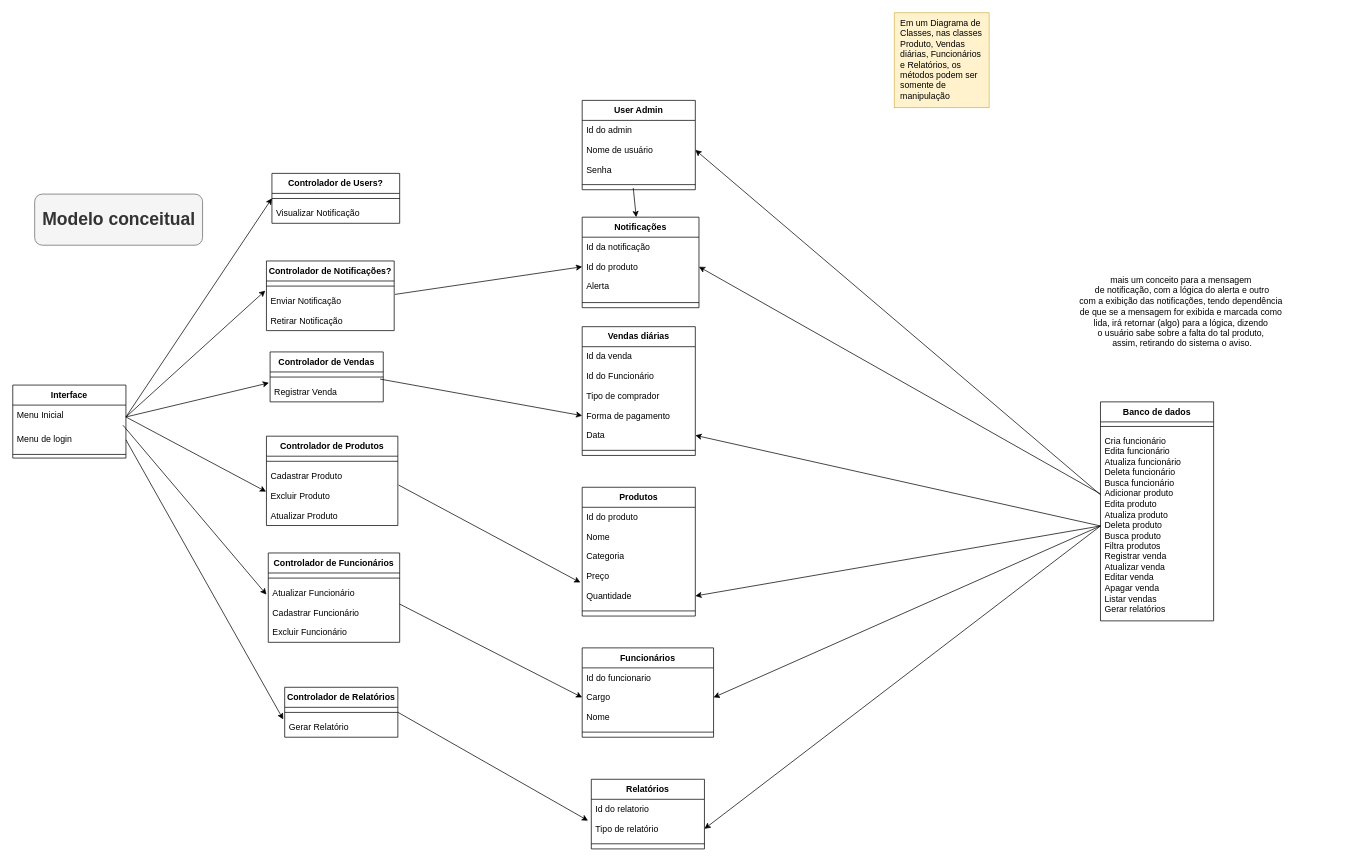
The draw.io diagram ModeloConceitual.drawio in belleruivo/cantina-fatore, before the edit. Source tidied: cells renumbered, new cells numbered last; positions are measured from the earlier drawing's top-left corner, leaving out a move shared by most shapes. Both pictures are drawn from the tidied source at 73%, with x=0, y=0 at pixel (12, 12).
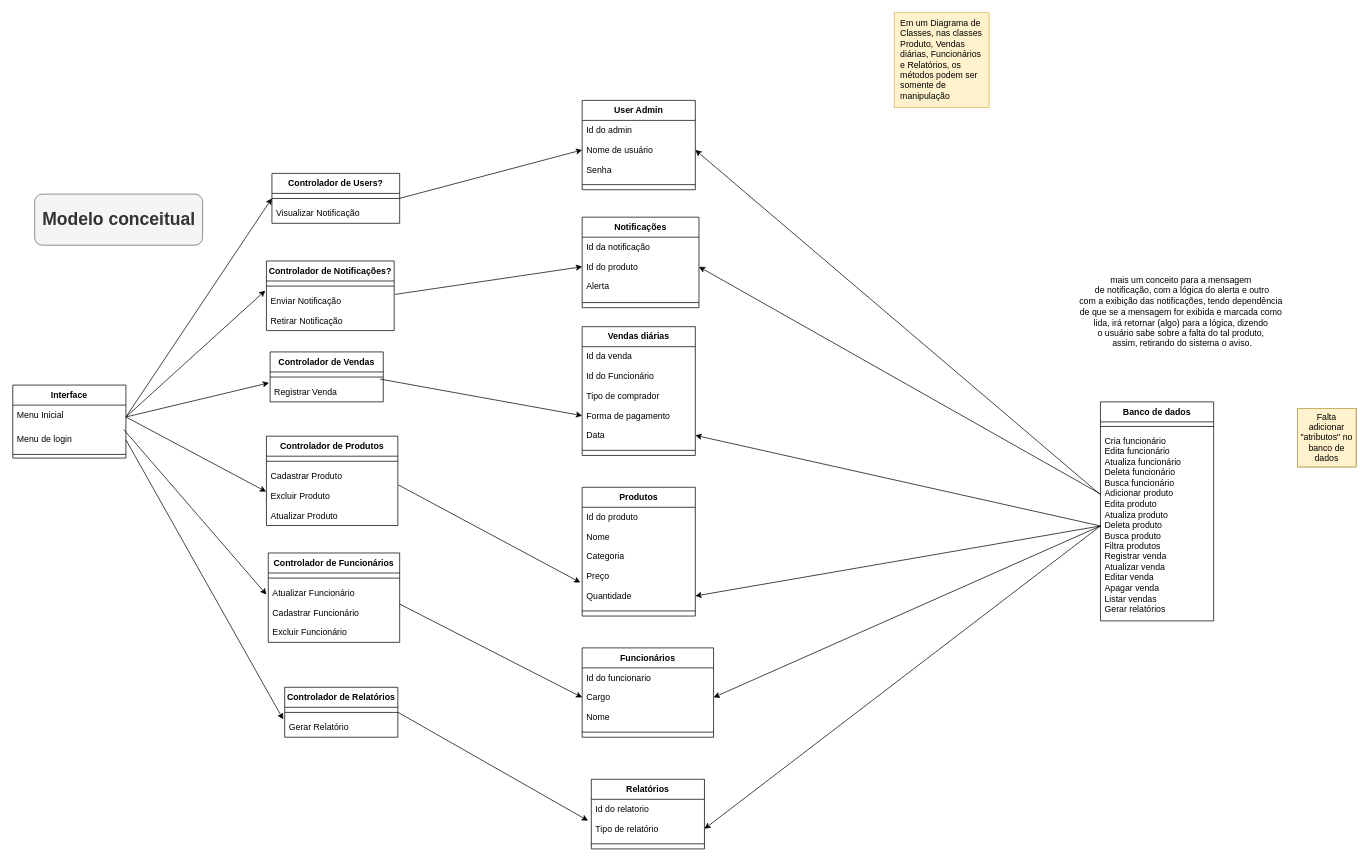
After the change.

The change refers to these unchanged cells:
```xml
<mxCell id="7" value="Nome de usuário" style="text;strokeColor=none;fillColor=none;align=left;verticalAlign=top;spacingLeft=4;spacingRight=4;overflow=hidden;points=[[0,0.5],[1,0.5]];portConstraint=eastwest;" parent="5" vertex="1">
  <mxGeometry y="54.4" width="155" height="27" as="geometry" />
</mxCell>
<mxCell id="34" value="Menu Inicial" style="text;strokeColor=none;fillColor=none;align=left;verticalAlign=top;spacingLeft=4;spacingRight=4;overflow=hidden;points=[[0,0.5],[1,0.5]];portConstraint=eastwest;" parent="33" vertex="1">
  <mxGeometry y="27.4" width="155" height="32.6" as="geometry" />
</mxCell>
<mxCell id="35" value="Menu de login" style="text;strokeColor=none;fillColor=none;align=left;verticalAlign=top;spacingLeft=4;spacingRight=4;overflow=hidden;points=[[0,0.5],[1,0.5]];portConstraint=eastwest;" parent="33" vertex="1">
  <mxGeometry y="60" width="155" height="30" as="geometry" />
</mxCell>
<mxCell id="76" value="Controlador de Users?" style="swimlane;fontStyle=1;align=center;verticalAlign=top;horizontal=1;startSize=27.428571428571427;" parent="1" vertex="1">
  <mxGeometry x="355" y="220" width="175" height="68.4" as="geometry" />
</mxCell>
```

Diff of the diagram source:
```diff
@@
-    <mxCell id="83" style="endArrow=classic;html=1;rounded=0;exitX=0.974;exitY=-0.167;exitDx=0;exitDy=0;entryX=-0.017;entryY=0.132;entryDx=0;entryDy=0;entryPerimeter=0;exitPerimeter=0;" parent="1" edge="1" source="35">
+    <mxCell id="83" style="endArrow=classic;html=1;rounded=0;exitX=0.981;exitY=1.031;exitDx=0;exitDy=0;entryX=-0.017;entryY=0.132;entryDx=0;entryDy=0;entryPerimeter=0;exitPerimeter=0;" parent="1" edge="1" source="34">
       <mxGeometry relative="1" as="geometry">
         <mxPoint x="347.5" y="797" as="targetPoint" />
       </mxGeometry>
     </mxCell>
@@
-    <mxCell id="86" style="endArrow=classic;html=1;rounded=0;" parent="1" edge="1">
-      <mxGeometry relative="1" as="geometry">
-        <mxPoint x="850" y="240" as="sourcePoint" />
-        <mxPoint x="854" y="280" as="targetPoint" />
-      </mxGeometry>
-    </mxCell>
+    <mxCell id="87" style="endArrow=classic;html=1;rounded=0;exitX=1;exitY=0.5;exitDx=0;exitDy=0;entryX=0;entryY=0.5;entryDx=0;entryDy=0;" parent="1" edge="1" source="76" target="7">
+      <mxGeometry relative="1" as="geometry" />
+    </mxCell>
+    <mxCell id="88" style="whiteSpace=wrap;html=1;" parent="1" vertex="1">
+      <mxGeometry x="1760" y="542" width="80" height="80" as="geometry" />
+    </mxCell>
+    <mxCell id="89" value="Falta adicionar &quot;atributos&quot; no banco de dados" style="text;html=1;align=center;verticalAlign=middle;whiteSpace=wrap;rounded=0;fillColor=#fff2cc;strokeColor=#d6b656;" parent="1" vertex="1">
+      <mxGeometry x="1760" y="542" width="80" height="80" as="geometry" />
+    </mxCell>
```
